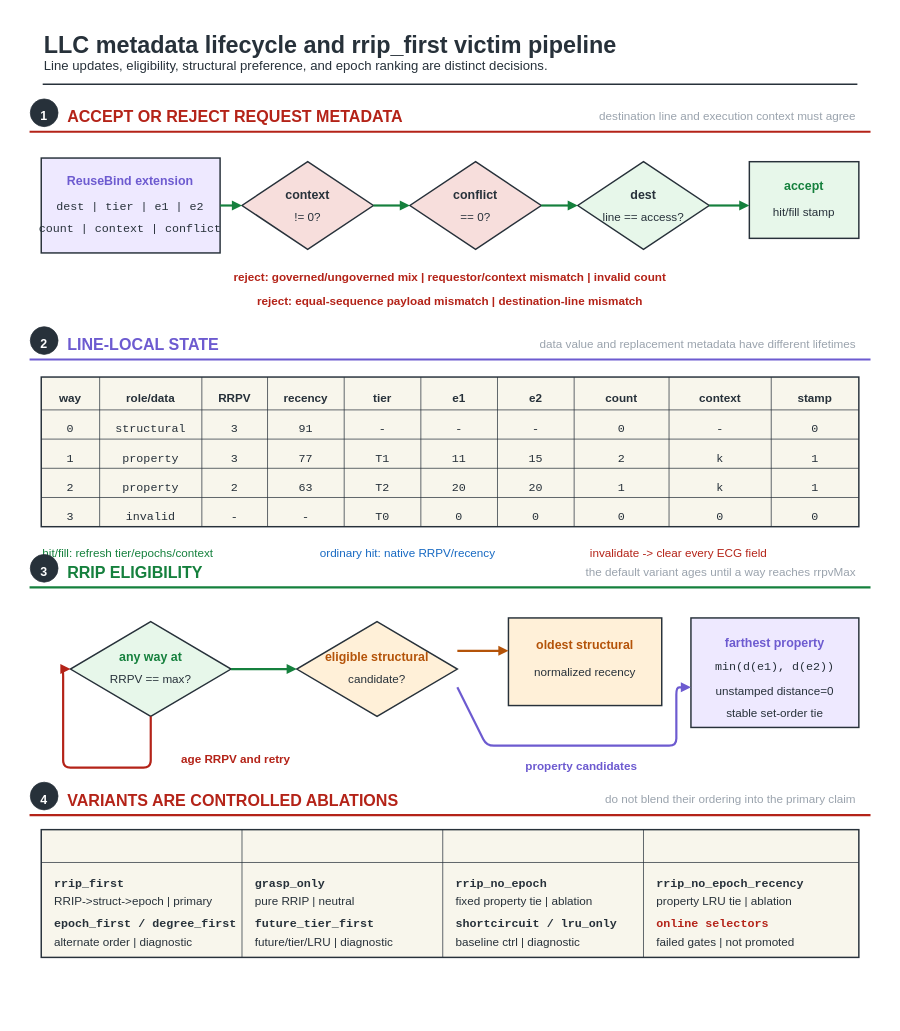
Earlier version of the draw.io diagram fig/wiki_src/reuse-plan-flowthrough/reuse-plan-flowthrough-f04-llc-policy-pipeline.drawio (UVA-LavaLab/ECG_GrAPL). Source tidied: cells renumbered, new cells numbered last; positions are measured from the earlier drawing's top-left corner, leaving out a move shared by most shapes. Both pictures are drawn from the tidied source at 73%, with x=0, y=0 at pixel (12, 12).
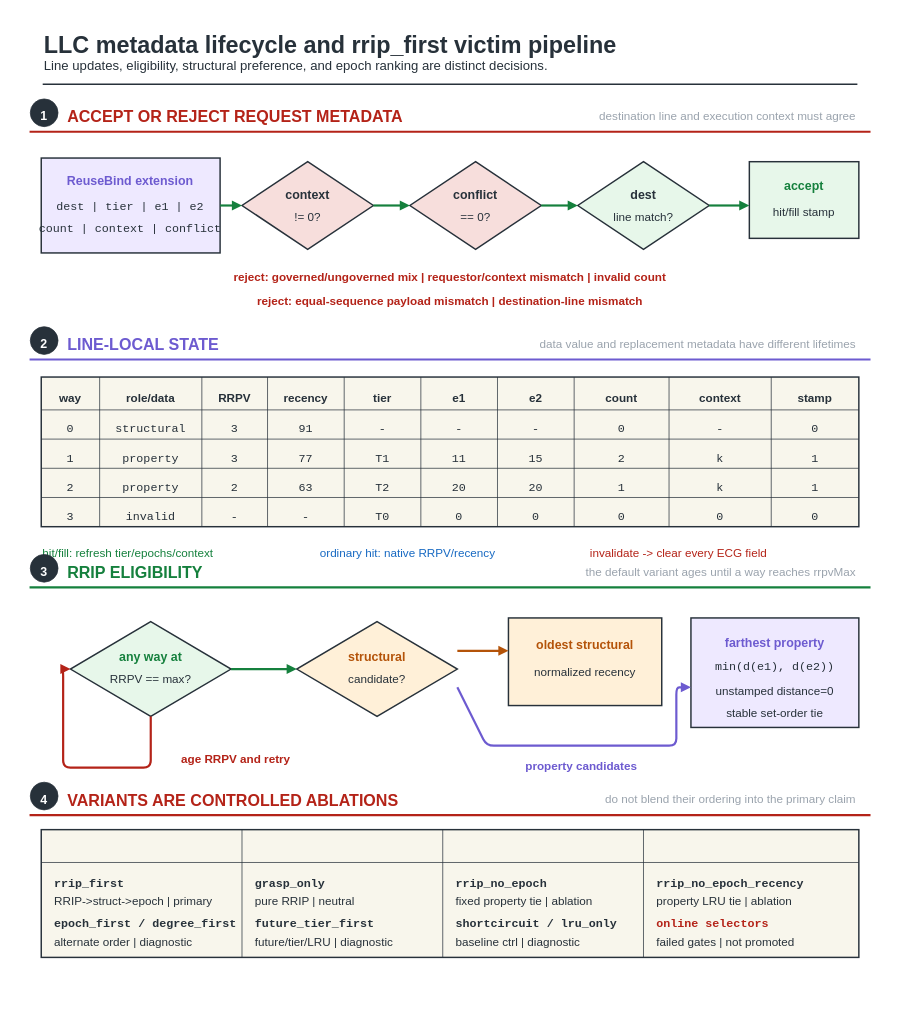
Above is the later version.

The edit, as a diff of the source:
```diff
@@
-    <mxCell id="23" value="line == access?" style="text;html=0;strokeColor=none;fillColor=none;align=center;verticalAlign=middle;fontFamily=Helvetica;fontSize=16;fontColor=#27313A;fontStyle=0;" parent="1" vertex="1">
-      <mxGeometry x="801.4" y="268.2" width="127.2" height="22.4" as="geometry" />
+    <mxCell id="23" value="line match?" style="text;html=0;strokeColor=none;fillColor=none;align=center;verticalAlign=middle;fontFamily=Helvetica;fontSize=16;fontColor=#27313A;fontStyle=0;" parent="1" vertex="1">
+      <mxGeometry x="818.4" y="268.2" width="93.3" height="22.4" as="geometry" />
     </mxCell>
@@
-    <mxCell id="114" value="eligible structural" style="text;html=0;strokeColor=none;fillColor=none;align=center;verticalAlign=middle;fontFamily=Helvetica;fontSize=17;fontColor=#B45309;fontStyle=1;" parent="1" vertex="1">
-      <mxGeometry x="407.9" y="869.4" width="184.1" height="23.8" as="geometry" />
+    <mxCell id="114" value="structural" style="text;html=0;strokeColor=none;fillColor=none;align=center;verticalAlign=middle;fontFamily=Helvetica;fontSize=17;fontColor=#B45309;fontStyle=1;" parent="1" vertex="1">
+      <mxGeometry x="451.6" y="869.4" width="96.9" height="23.8" as="geometry" />
     </mxCell>
```
